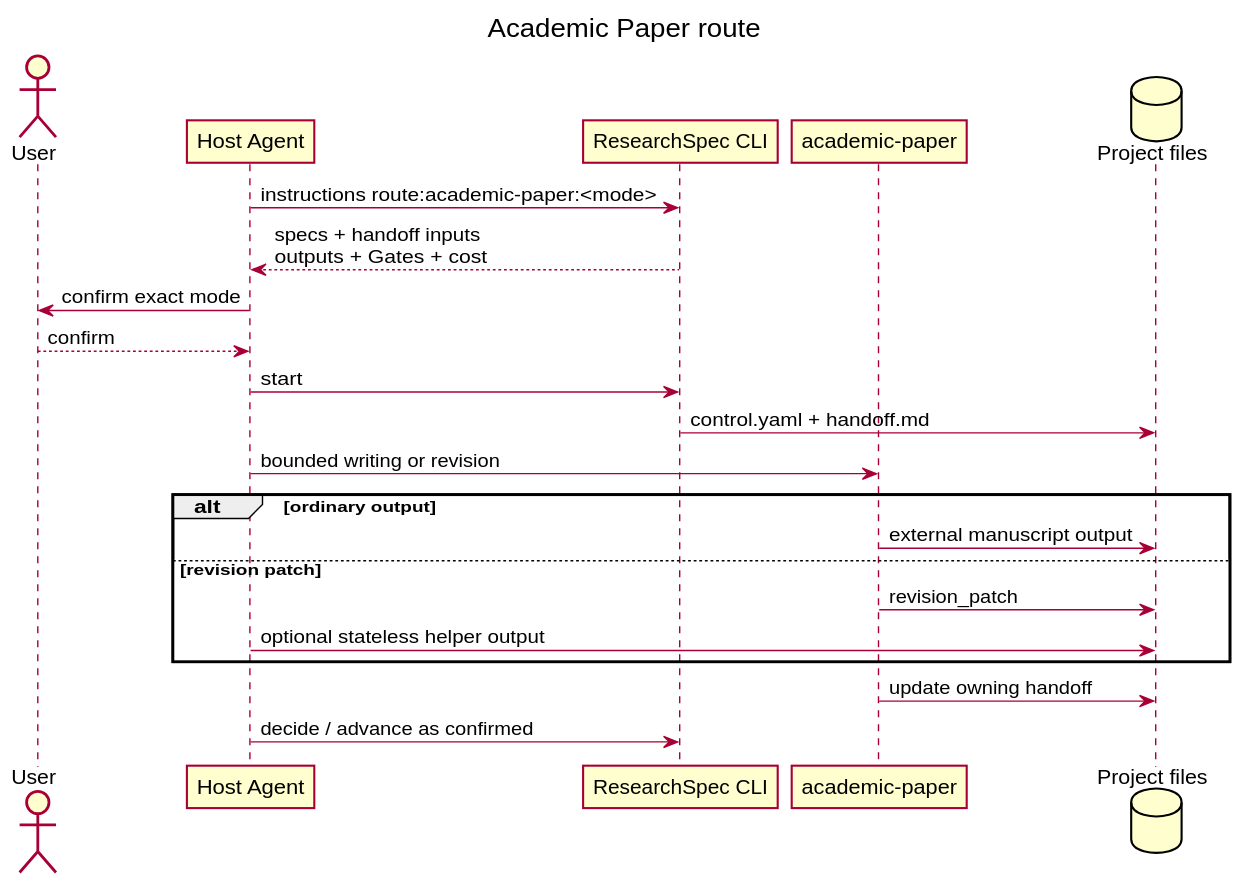
Earlier version of the PlantUML export docs/researchspec_arsu_runtime/diagrams/rendered/academic-paper-workflow.svg (leike0813/ResearchSpec). Its source is kept beside it as docs/researchspec_arsu_runtime/diagrams/src/academic-paper-workflow.puml.
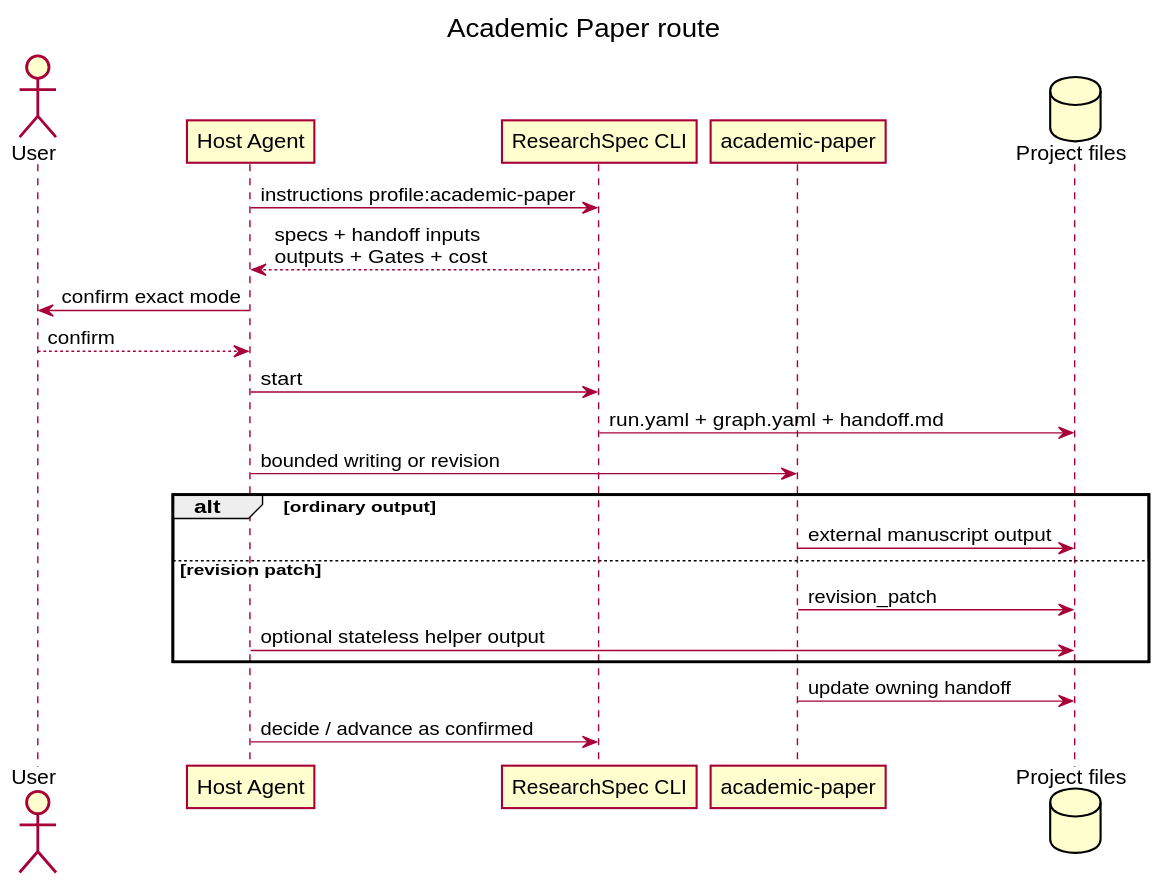
Later version of the same file.

What changed in the source:
```diff
@@ -6,12 +6,12 @@
 participant "ResearchSpec CLI" as CLI
 participant "academic-paper" as Paper
 database "Project files" as Files
-Agent -> CLI : instructions route:academic-paper:<mode>
+Agent -> CLI : instructions profile:academic-paper
 CLI --> Agent : specs + handoff inputs\noutputs + Gates + cost
 Agent -> User : confirm exact mode
 User --> Agent : confirm
 Agent -> CLI : start
-CLI -> Files : control.yaml + handoff.md
+CLI -> Files : run.yaml + graph.yaml + handoff.md
 Agent -> Paper : bounded writing or revision
 alt ordinary output
   Paper -> Files : external manuscript output
```
